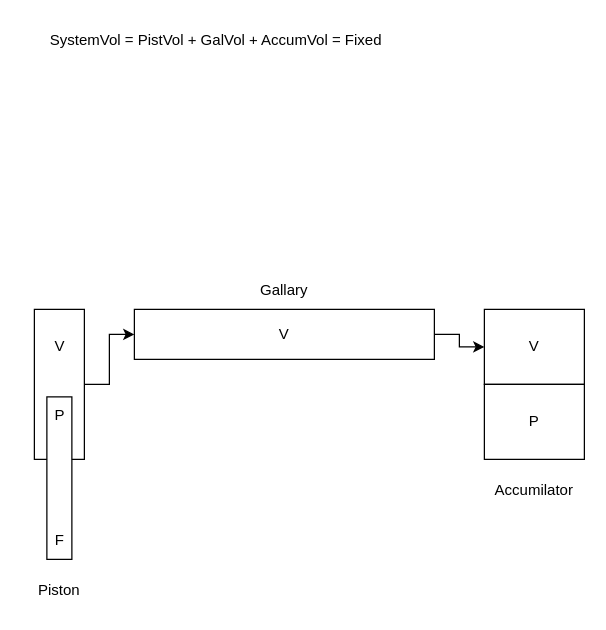
AM1010101/py-hydraulics keeps this draw.io diagram as Untitled Diagram.drawio. Above is the earlier version. Source tidied: cells renumbered, new cells numbered last; positions are measured from the earlier drawing's top-left corner, leaving out a move shared by most shapes. Both pictures are drawn from the tidied source at 125%, with x=0, y=0 at pixel (21, 21).
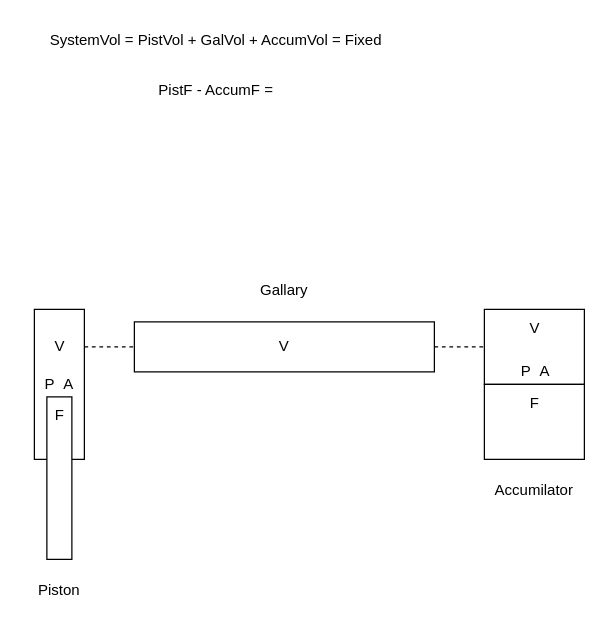
The same diagram, later.

The change refers to these unchanged cells:
```xml
<mxCell id="3" style="rounded=0;whiteSpace=wrap;html=1;" parent="1" vertex="1">
  <mxGeometry x="10" y="230" width="40" height="120" as="geometry" />
</mxCell>
```

The edit, as a diff of the source:
```diff
@@
-    <mxCell id="2" style="edgeStyle=orthogonalEdgeStyle;rounded=0;jettySize=auto;html=1;entryX=0;entryY=0.5;entryDx=0;entryDy=0;" parent="1" edge="1" source="3" target="8">
+    <mxCell id="2" style="edgeStyle=orthogonalEdgeStyle;rounded=0;jettySize=auto;html=1;entryX=0;entryY=0.5;entryDx=0;entryDy=0;startArrow=none;startFill=0;endArrow=none;endFill=0;dashed=1;exitX=1;exitY=0.25;exitDx=0;exitDy=0;" parent="1" edge="1" source="3" target="8">
       <mxGeometry relative="1" as="geometry" />
     </mxCell>
@@
-    <mxCell id="5" value="V" style="rounded=0;whiteSpace=wrap;html=1;" parent="1" vertex="1">
+    <mxCell id="5" style="rounded=0;whiteSpace=wrap;html=1;" parent="1" vertex="1">
       <mxGeometry x="370" y="230" width="80" height="60" as="geometry" />
     </mxCell>
-    <mxCell id="6" value="P" style="rounded=0;whiteSpace=wrap;html=1;" parent="1" vertex="1">
+    <mxCell id="6" style="rounded=0;whiteSpace=wrap;html=1;" parent="1" vertex="1">
       <mxGeometry x="370" y="290" width="80" height="60" as="geometry" />
     </mxCell>
-    <mxCell id="7" style="edgeStyle=orthogonalEdgeStyle;rounded=0;jettySize=auto;html=1;" parent="1" edge="1" source="8" target="5">
+    <mxCell id="7" style="edgeStyle=orthogonalEdgeStyle;rounded=0;jettySize=auto;html=1;startArrow=none;startFill=0;endArrow=none;endFill=0;dashed=1;" parent="1" edge="1" source="8" target="5">
       <mxGeometry relative="1" as="geometry" />
     </mxCell>
     <mxCell id="8" value="V" style="rounded=0;whiteSpace=wrap;html=1;" parent="1" vertex="1">
-      <mxGeometry x="90" y="230" width="240" height="40" as="geometry" />
+      <mxGeometry x="90" y="240" width="240" height="40" as="geometry" />
     </mxCell>
     <mxCell id="9" value="F" style="text;html=1;align=center;verticalAlign=middle;strokeColor=none;fillColor=none;" parent="1" vertex="1">
-      <mxGeometry x="15" y="400" width="30" height="30" as="geometry" />
+      <mxGeometry x="15" y="300" width="30" height="30" as="geometry" />
     </mxCell>
     <mxCell id="10" value="P" style="text;html=1;align=center;verticalAlign=middle;strokeColor=none;fillColor=none;" parent="1" vertex="1">
-      <mxGeometry x="15" y="300" width="30" height="30" as="geometry" />
+      <mxGeometry x="7" y="275" width="30" height="30" as="geometry" />
     </mxCell>
@@
+    <mxCell id="16" value="F" style="text;html=1;align=center;verticalAlign=middle;strokeColor=none;fillColor=none;" parent="1" vertex="1">
+      <mxGeometry x="395" y="290" width="30" height="30" as="geometry" />
+    </mxCell>
+    <mxCell id="17" value="PistF - AccumF =" style="text;html=1;align=center;verticalAlign=middle;strokeColor=none;fillColor=none;" parent="1" vertex="1">
+      <mxGeometry x="95" y="40" width="120" height="30" as="geometry" />
+    </mxCell>
+    <mxCell id="18" value="A" style="text;html=1;align=center;verticalAlign=middle;strokeColor=none;fillColor=none;" parent="1" vertex="1">
+      <mxGeometry x="22" y="275" width="30" height="30" as="geometry" />
+    </mxCell>
+    <mxCell id="19" value="P" style="text;html=1;align=center;verticalAlign=middle;strokeColor=none;fillColor=none;" parent="1" vertex="1">
+      <mxGeometry x="387.5" y="265" width="30" height="30" as="geometry" />
+    </mxCell>
+    <mxCell id="20" value="A" style="text;html=1;align=center;verticalAlign=middle;strokeColor=none;fillColor=none;" parent="1" vertex="1">
+      <mxGeometry x="402.5" y="265" width="30" height="30" as="geometry" />
+    </mxCell>
+    <mxCell id="21" value="V" style="text;html=1;align=center;verticalAlign=middle;strokeColor=none;fillColor=none;" parent="1" vertex="1">
+      <mxGeometry x="395" y="230" width="30" height="30" as="geometry" />
+    </mxCell>
```
